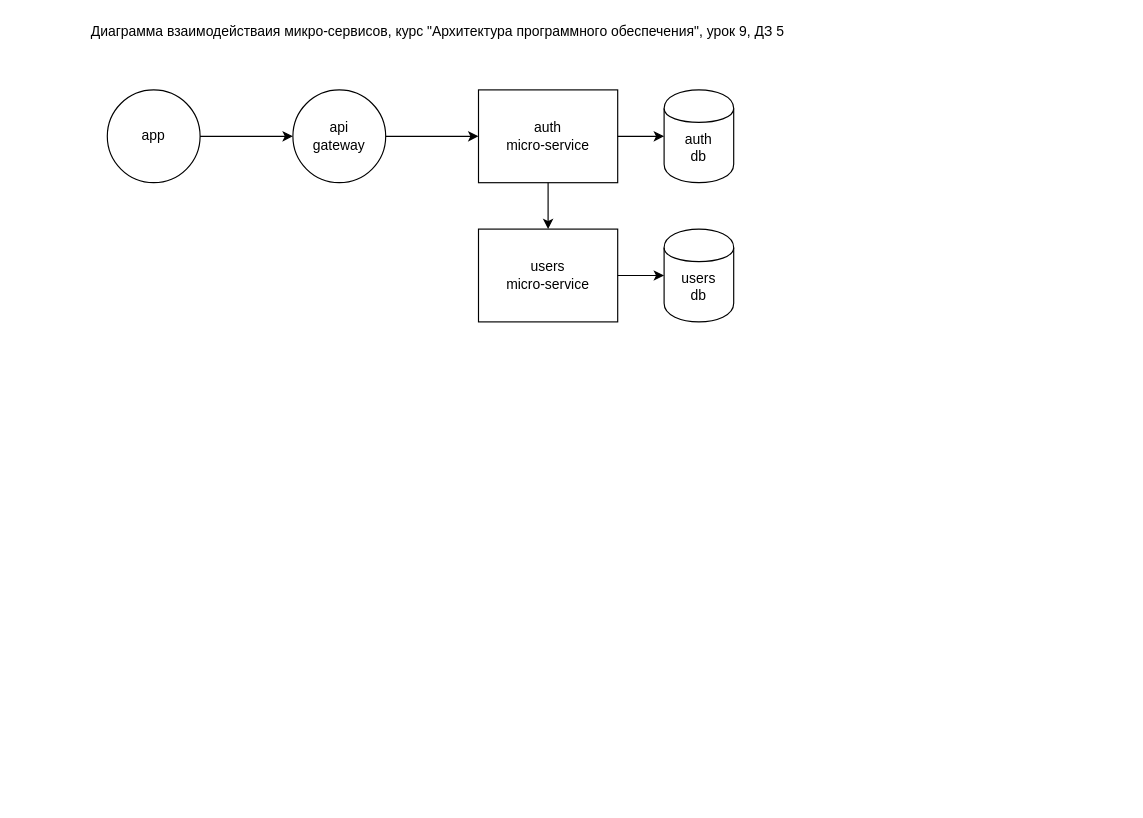
The draw.io diagram lesson_09/diagram/lesson_09_ms_ia_diagram.drawio in ElfAstAhe/decstra_kuber, before the edit. Source tidied: cells renumbered, new cells numbered last; positions are measured from the earlier drawing's top-left corner, leaving out a move shared by most shapes. Both pictures are drawn from the tidied source at 116%, with x=0, y=0 at pixel (78, 20).
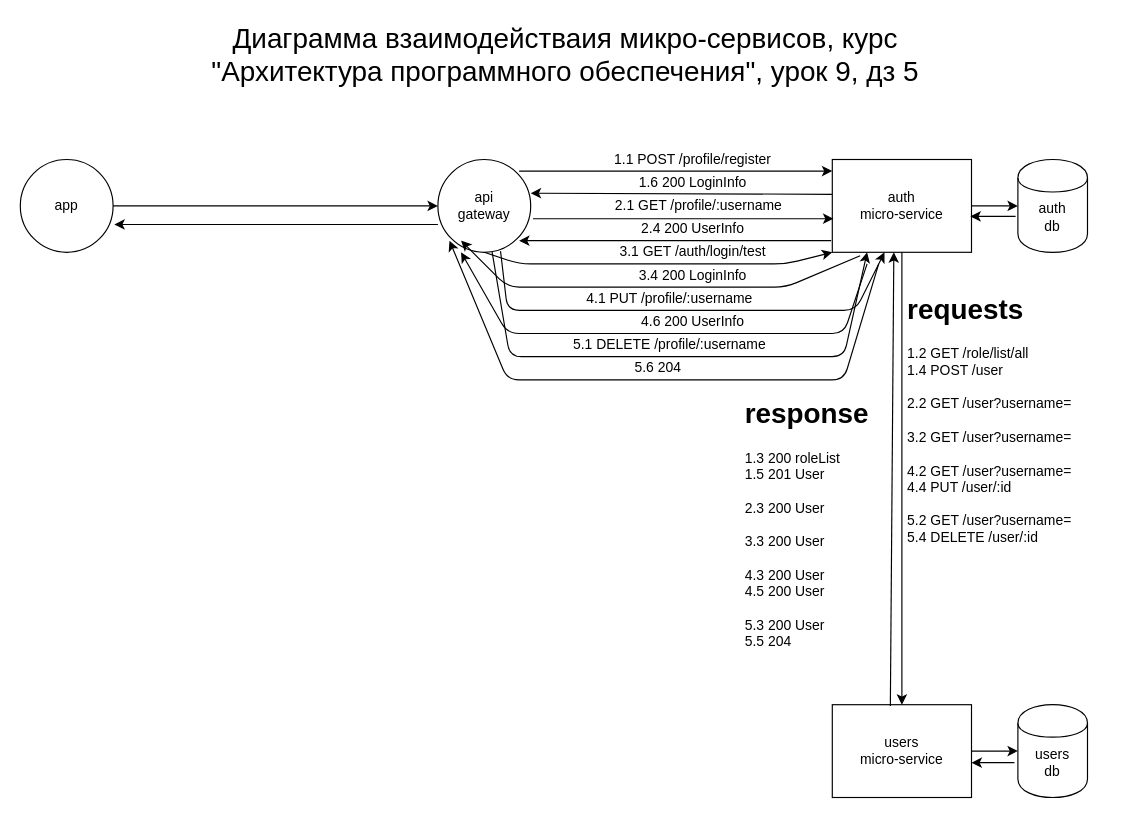
The same page after the edit.

Change to the diagram source:
```diff
@@
     <mxCell id="2" style="ellipse;whiteSpace=wrap;html=1;" parent="1" vertex="1">
-      <mxGeometry x="25" y="60" width="80" height="80" as="geometry" />
+      <mxGeometry x="-50" y="120" width="80" height="80" as="geometry" />
     </mxCell>
-    <mxCell id="3" value="Диаграмма взаимодействаия микро-сервисов, курс &quot;Архитектура программного обеспечения&quot;, урок 9, ДЗ 5" style="text;html=1;strokeColor=none;fillColor=none;align=center;verticalAlign=middle;whiteSpace=wrap;rounded=0;" parent="1" vertex="1">
-      <mxGeometry width="620" height="20" as="geometry" />
+    <mxCell id="3" value="&lt;font style=&quot;font-size: 24px&quot;&gt;Диаграмма взаимодействаия микро-сервисов, курс &quot;Архитектура программного обеспечения&quot;, урок 9, дз 5&lt;/font&gt;" style="text;html=1;strokeColor=none;fillColor=none;align=center;verticalAlign=middle;whiteSpace=wrap;rounded=0;" parent="1" vertex="1">
+      <mxGeometry x="110" width="620" height="60" as="geometry" />
     </mxCell>
     <mxCell id="4" value="app" style="text;html=1;strokeColor=none;fillColor=none;align=center;verticalAlign=middle;whiteSpace=wrap;rounded=0;" parent="1" vertex="1">
-      <mxGeometry x="35" y="70" width="60" height="60" as="geometry" />
+      <mxGeometry x="-40" y="130" width="60" height="60" as="geometry" />
     </mxCell>
     <mxCell id="5" style="ellipse;whiteSpace=wrap;html=1;" parent="1" vertex="1">
-      <mxGeometry x="185" y="60" width="80" height="80" as="geometry" />
+      <mxGeometry x="310" y="120" width="80" height="80" as="geometry" />
     </mxCell>
     <mxCell id="6" style="rounded=0;whiteSpace=wrap;html=1;" parent="1" vertex="1">
-      <mxGeometry x="345" y="60" width="120" height="80" as="geometry" />
+      <mxGeometry x="650" y="120" width="120" height="80" as="geometry" />
     </mxCell>
     <mxCell id="7" style="rounded=0;whiteSpace=wrap;html=1;" parent="1" vertex="1">
-      <mxGeometry x="345" y="180" width="120" height="80" as="geometry" />
+      <mxGeometry x="650" y="590" width="120" height="80" as="geometry" />
     </mxCell>
     <mxCell id="8" style="shape=cylinder;whiteSpace=wrap;html=1;boundedLbl=1;backgroundOutline=1;" parent="1" vertex="1">
-      <mxGeometry x="505" y="60" width="60" height="80" as="geometry" />
+      <mxGeometry x="810" y="120" width="60" height="80" as="geometry" />
     </mxCell>
     <mxCell id="9" style="shape=cylinder;whiteSpace=wrap;html=1;boundedLbl=1;backgroundOutline=1;" parent="1" vertex="1">
-      <mxGeometry x="505" y="180" width="60" height="80" as="geometry" />
+      <mxGeometry x="810" y="590" width="60" height="80" as="geometry" />
     </mxCell>
@@
-    <mxCell id="13" style="endArrow=classic;html=1;entryX=0;entryY=0.5;entryDx=0;entryDy=0;exitX=1;exitY=0.5;exitDx=0;exitDy=0;" parent="1" edge="1" source="5" target="6">
-      <mxGeometry relative="1" as="geometry" />
+    <mxCell id="13" style="endArrow=classic;html=1;exitX=1;exitY=0;exitDx=0;exitDy=0;entryX=0;entryY=0.125;entryDx=0;entryDy=0;entryPerimeter=0;" parent="1" edge="1" source="19" target="6">
+      <mxGeometry relative="1" as="geometry">
+        <Array as="points">
+          <mxPoint x="450" y="130" />
+          <mxPoint x="510" y="130" />
+        </Array>
+      </mxGeometry>
     </mxCell>
@@
     <mxCell id="15" value="auth&lt;br&gt;micro-service" style="text;html=1;strokeColor=none;fillColor=none;align=center;verticalAlign=middle;whiteSpace=wrap;rounded=0;" parent="1" vertex="1">
-      <mxGeometry x="355" y="70" width="100" height="60" as="geometry" />
+      <mxGeometry x="660" y="130" width="100" height="60" as="geometry" />
     </mxCell>
     <mxCell id="16" value="users&lt;br&gt;micro-service" style="text;html=1;strokeColor=none;fillColor=none;align=center;verticalAlign=middle;whiteSpace=wrap;rounded=0;" parent="1" vertex="1">
-      <mxGeometry x="355" y="190" width="100" height="60" as="geometry" />
+      <mxGeometry x="660" y="600" width="100" height="60" as="geometry" />
     </mxCell>
     <mxCell id="17" value="users&lt;br&gt;db" style="text;html=1;strokeColor=none;fillColor=none;align=center;verticalAlign=middle;whiteSpace=wrap;rounded=0;" parent="1" vertex="1">
-      <mxGeometry x="515" y="210" width="40" height="40" as="geometry" />
+      <mxGeometry x="820" y="620" width="40" height="40" as="geometry" />
     </mxCell>
     <mxCell id="18" value="auth&lt;br&gt;db" style="text;html=1;strokeColor=none;fillColor=none;align=center;verticalAlign=middle;whiteSpace=wrap;rounded=0;" parent="1" vertex="1">
-      <mxGeometry x="515" y="90" width="40" height="40" as="geometry" />
+      <mxGeometry x="820" y="150" width="40" height="40" as="geometry" />
     </mxCell>
     <mxCell id="19" value="api&lt;br&gt;gateway" style="text;html=1;strokeColor=none;fillColor=none;align=center;verticalAlign=middle;whiteSpace=wrap;rounded=0;" parent="1" vertex="1">
-      <mxGeometry x="195" y="70" width="60" height="60" as="geometry" />
+      <mxGeometry x="320" y="130" width="60" height="60" as="geometry" />
     </mxCell>
+    <mxCell id="20" value="1.1 POST /profile/register" style="text;html=1;strokeColor=none;fillColor=none;align=center;verticalAlign=middle;whiteSpace=wrap;rounded=0;" parent="1" vertex="1">
+      <mxGeometry x="460" y="110" width="140" height="20" as="geometry" />
+    </mxCell>
+    <mxCell id="21" style="endArrow=classic;html=1;exitX=0;exitY=0.375;exitDx=0;exitDy=0;exitPerimeter=0;entryX=1;entryY=0.363;entryDx=0;entryDy=0;entryPerimeter=0;" parent="1" edge="1" source="6" target="5">
+      <mxGeometry relative="1" as="geometry" />
+    </mxCell>
+    <mxCell id="22" style="endArrow=classic;html=1;entryX=0.992;entryY=0.613;entryDx=0;entryDy=0;entryPerimeter=0;exitX=-0.033;exitY=0.613;exitDx=0;exitDy=0;exitPerimeter=0;" parent="1" edge="1" source="8" target="6">
+      <mxGeometry relative="1" as="geometry" />
+    </mxCell>
+    <mxCell id="23" value="1.6 200 LoginInfo" style="text;html=1;strokeColor=none;fillColor=none;align=center;verticalAlign=middle;whiteSpace=wrap;rounded=0;" parent="1" vertex="1">
+      <mxGeometry x="460" y="130" width="140" height="20" as="geometry" />
+    </mxCell>
+    <mxCell id="24" style="endArrow=classic;html=1;exitX=1.025;exitY=0.638;exitDx=0;exitDy=0;exitPerimeter=0;entryX=0.008;entryY=0.638;entryDx=0;entryDy=0;entryPerimeter=0;" parent="1" edge="1" source="5" target="6">
+      <mxGeometry relative="1" as="geometry" />
+    </mxCell>
+    <mxCell id="25" value="2.1 GET /profile/:username" style="text;html=1;strokeColor=none;fillColor=none;align=center;verticalAlign=middle;whiteSpace=wrap;rounded=0;" parent="1" vertex="1">
+      <mxGeometry x="460" y="150" width="150" height="20" as="geometry" />
+    </mxCell>
+    <mxCell id="26" style="endArrow=classic;html=1;entryX=1;entryY=1;entryDx=0;entryDy=0;" parent="1" edge="1" target="19">
+      <mxGeometry relative="1" as="geometry">
+        <mxPoint x="649" y="190" as="sourcePoint" />
+      </mxGeometry>
+    </mxCell>
+    <mxCell id="27" value="2.4 200 UserInfo" style="text;html=1;strokeColor=none;fillColor=none;align=center;verticalAlign=middle;whiteSpace=wrap;rounded=0;" parent="1" vertex="1">
+      <mxGeometry x="460" y="170" width="140" height="20" as="geometry" />
+    </mxCell>
+    <mxCell id="28" value="3.1 GET /auth/login/test" style="text;html=1;strokeColor=none;fillColor=none;align=center;verticalAlign=middle;whiteSpace=wrap;rounded=0;" parent="1" vertex="1">
+      <mxGeometry x="460" y="190" width="140" height="20" as="geometry" />
+    </mxCell>
+    <mxCell id="29" style="endArrow=classic;html=1;exitX=0.5;exitY=1;exitDx=0;exitDy=0;entryX=0;entryY=1;entryDx=0;entryDy=0;" parent="1" edge="1" source="5" target="6">
+      <mxGeometry relative="1" as="geometry">
+        <Array as="points">
+          <mxPoint x="380" y="210" />
+          <mxPoint x="610" y="210" />
+        </Array>
+      </mxGeometry>
+    </mxCell>
+    <mxCell id="30" style="endArrow=classic;html=1;exitX=0.2;exitY=1.038;exitDx=0;exitDy=0;exitPerimeter=0;" parent="1" edge="1" source="6">
+      <mxGeometry relative="1" as="geometry">
+        <mxPoint x="330" y="190" as="targetPoint" />
+        <Array as="points">
+          <mxPoint x="610" y="230" />
+          <mxPoint x="370" y="230" />
+        </Array>
+      </mxGeometry>
+    </mxCell>
+    <mxCell id="31" value="3.4 200 LoginInfo" style="text;html=1;strokeColor=none;fillColor=none;align=center;verticalAlign=middle;whiteSpace=wrap;rounded=0;" parent="1" vertex="1">
+      <mxGeometry x="460" y="210" width="140" height="20" as="geometry" />
+    </mxCell>
+    <mxCell id="32" style="endArrow=classic;html=1;entryX=0.375;entryY=1;entryDx=0;entryDy=0;entryPerimeter=0;exitX=0.675;exitY=0.988;exitDx=0;exitDy=0;exitPerimeter=0;" parent="1" edge="1" source="5" target="6">
+      <mxGeometry relative="1" as="geometry">
+        <Array as="points">
+          <mxPoint x="370" y="250" />
+          <mxPoint x="670" y="250" />
+        </Array>
+      </mxGeometry>
+    </mxCell>
+    <mxCell id="33" value="4.1 PUT /profile/:username" style="text;html=1;strokeColor=none;fillColor=none;align=center;verticalAlign=middle;whiteSpace=wrap;rounded=0;" parent="1" vertex="1">
+      <mxGeometry x="420" y="230" width="180" height="20" as="geometry" />
+    </mxCell>
+    <mxCell id="34" value="&lt;h1&gt;requests&lt;/h1&gt;&lt;div&gt;1.2 GET /role/list/all&lt;/div&gt;&lt;div&gt;1.4 POST /user&lt;/div&gt;&lt;div&gt;&lt;br&gt;&lt;/div&gt;&lt;div&gt;2.2 GET /user?username=&lt;/div&gt;&lt;div&gt;&lt;br&gt;&lt;/div&gt;&lt;div&gt;3.2 GET /user?username=&lt;/div&gt;&lt;div&gt;&lt;br&gt;&lt;/div&gt;&lt;div&gt;4.2 GET /user?username=&lt;/div&gt;&lt;div&gt;4.4 PUT /user/:id&lt;/div&gt;&lt;div&gt;&lt;br&gt;&lt;/div&gt;&lt;div&gt;5.2 GET /user?username=&lt;/div&gt;&lt;div&gt;5.4 DELETE /user/:id&lt;/div&gt;" style="text;html=1;strokeColor=none;fillColor=none;spacing=5;spacingTop=-20;whiteSpace=wrap;overflow=hidden;rounded=0;" parent="1" vertex="1">
+      <mxGeometry x="710" y="230" width="190" height="240" as="geometry" />
+    </mxCell>
+    <mxCell id="35" style="endArrow=classic;html=1;exitX=0.417;exitY=0.013;exitDx=0;exitDy=0;exitPerimeter=0;entryX=0.442;entryY=1;entryDx=0;entryDy=0;entryPerimeter=0;" parent="1" edge="1" source="7" target="6">
+      <mxGeometry relative="1" as="geometry" />
+    </mxCell>
+    <mxCell id="36" value="&lt;h1&gt;response&lt;/h1&gt;&lt;div&gt;1.3 200 roleList&lt;/div&gt;&lt;div&gt;1.5 201 User&lt;/div&gt;&lt;div&gt;&lt;br&gt;&lt;/div&gt;&lt;div&gt;2.3 200 User&lt;/div&gt;&lt;div&gt;&lt;br&gt;&lt;/div&gt;&lt;div&gt;3.3 200 User&lt;/div&gt;&lt;div&gt;&lt;br&gt;&lt;/div&gt;&lt;div&gt;4.3 200 User&lt;/div&gt;&lt;div&gt;4.5 200 User&lt;/div&gt;&lt;div&gt;&lt;br&gt;&lt;/div&gt;&lt;div&gt;5.3 200 User&lt;/div&gt;&lt;div&gt;5.5 204&lt;/div&gt;" style="text;html=1;strokeColor=none;fillColor=none;spacing=5;spacingTop=-20;whiteSpace=wrap;overflow=hidden;rounded=0;" parent="1" vertex="1">
+      <mxGeometry x="570" y="320" width="130" height="230" as="geometry" />
+    </mxCell>
+    <mxCell id="37" style="endArrow=classic;html=1;entryX=1.013;entryY=0.7;entryDx=0;entryDy=0;entryPerimeter=0;exitX=0;exitY=0.7;exitDx=0;exitDy=0;exitPerimeter=0;" parent="1" edge="1" source="5" target="2">
+      <mxGeometry relative="1" as="geometry" />
+    </mxCell>
+    <mxCell id="38" style="endArrow=classic;html=1;entryX=0.25;entryY=1;entryDx=0;entryDy=0;entryPerimeter=0;" parent="1" edge="1" target="5">
+      <mxGeometry relative="1" as="geometry">
+        <mxPoint x="680" y="210" as="sourcePoint" />
+        <Array as="points">
+          <mxPoint x="660" y="270" />
+          <mxPoint x="370" y="270" />
+        </Array>
+      </mxGeometry>
+    </mxCell>
+    <mxCell id="39" value="4.6 200 UserInfo" style="text;html=1;strokeColor=none;fillColor=none;align=center;verticalAlign=middle;whiteSpace=wrap;rounded=0;" parent="1" vertex="1">
+      <mxGeometry x="460" y="250" width="140" height="20" as="geometry" />
+    </mxCell>
+    <mxCell id="40" style="endArrow=classic;html=1;entryX=0.25;entryY=1;entryDx=0;entryDy=0;" parent="1" edge="1" source="5" target="6">
+      <mxGeometry relative="1" as="geometry">
+        <Array as="points">
+          <mxPoint x="372" y="290" />
+          <mxPoint x="660" y="290" />
+        </Array>
+      </mxGeometry>
+    </mxCell>
+    <mxCell id="41" value="5.1 DELETE /profile/:username" style="text;html=1;strokeColor=none;fillColor=none;align=center;verticalAlign=middle;whiteSpace=wrap;rounded=0;" parent="1" vertex="1">
+      <mxGeometry x="410" y="270" width="200" height="20" as="geometry" />
+    </mxCell>
+    <mxCell id="42" style="endArrow=classic;html=1;" parent="1" edge="1">
+      <mxGeometry relative="1" as="geometry">
+        <mxPoint x="690" y="210" as="sourcePoint" />
+        <mxPoint x="320" y="190" as="targetPoint" />
+        <Array as="points">
+          <mxPoint x="660" y="310" />
+          <mxPoint x="370" y="310" />
+        </Array>
+      </mxGeometry>
+    </mxCell>
+    <mxCell id="43" value="5.6 204" style="text;html=1;strokeColor=none;fillColor=none;align=center;verticalAlign=middle;whiteSpace=wrap;rounded=0;" parent="1" vertex="1">
+      <mxGeometry x="380" y="290" width="240" height="20" as="geometry" />
+    </mxCell>
+    <mxCell id="44" style="endArrow=classic;html=1;entryX=1;entryY=0.625;entryDx=0;entryDy=0;entryPerimeter=0;exitX=-0.05;exitY=0.625;exitDx=0;exitDy=0;exitPerimeter=0;" parent="1" edge="1" source="9" target="7">
+      <mxGeometry relative="1" as="geometry" />
+    </mxCell>
```
